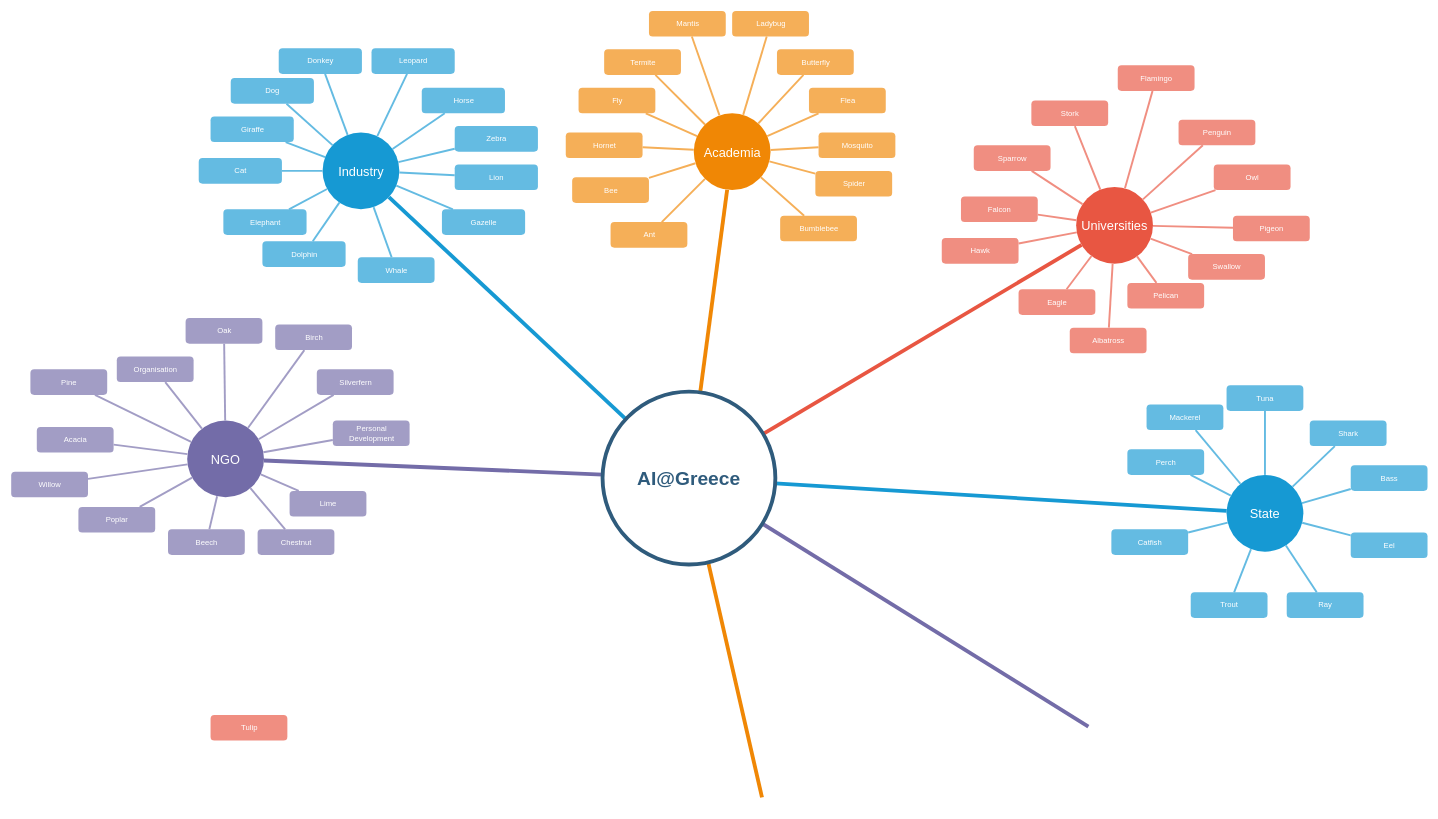
Earlier version of the draw.io diagram Untitled Diagram.drawio (Kostis-S-Z/greek-ai-repo). Source tidied: cells renumbered, new cells numbered last; positions are measured from the earlier drawing's top-left corner, leaving out a move shared by most shapes. Both pictures are drawn from the tidied source at 64%, with x=0, y=0 at pixel (11, 11).
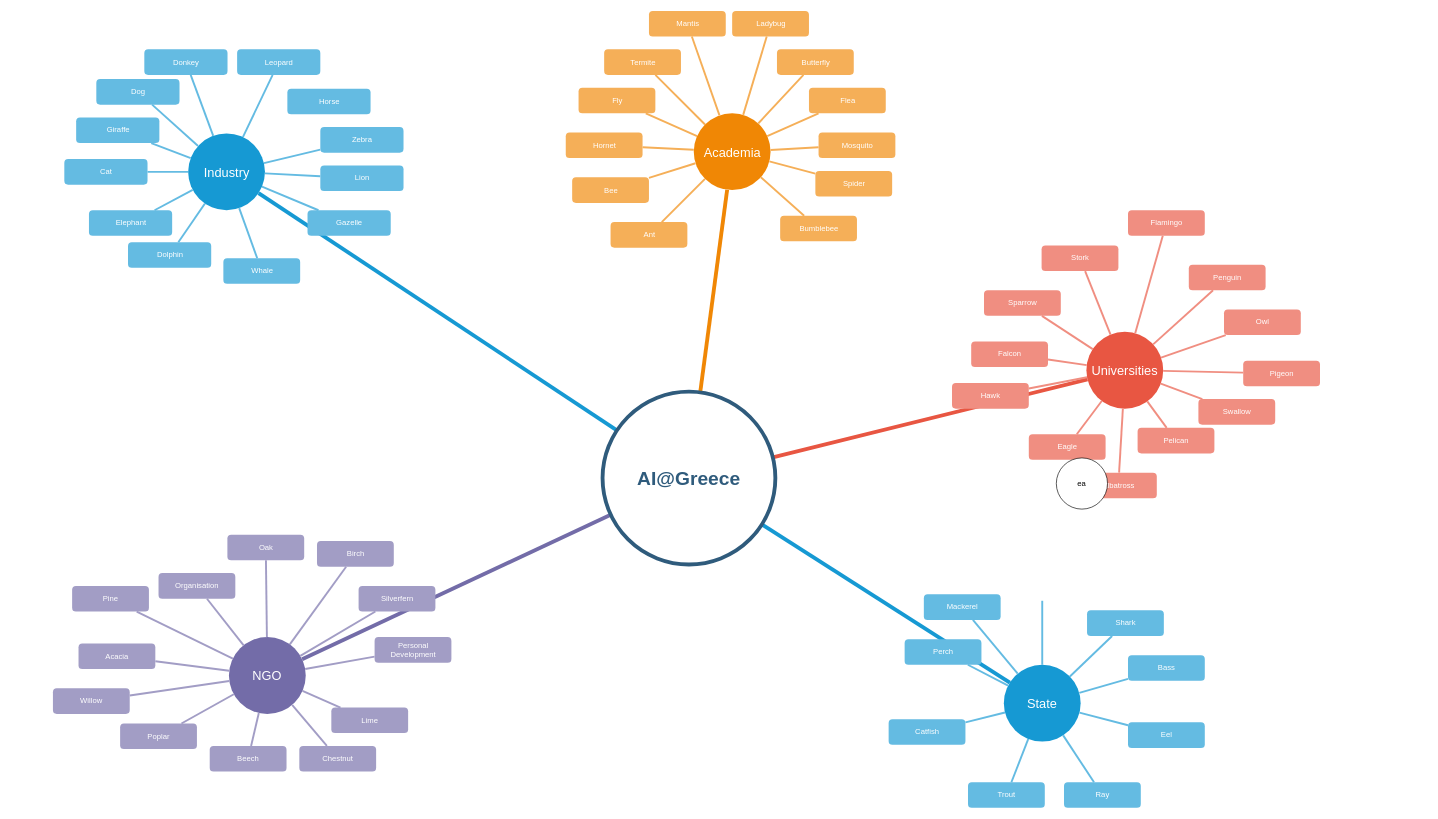
The same diagram, later.

Unchanged cells that the change refers to:
```xml
<mxCell id="104" value="AI@Greece" style="ellipse;whiteSpace=wrap;html=1;shadow=0;fontFamily=Helvetica;fontSize=30;fontColor=#2F5B7C;align=center;strokeColor=#2F5B7C;strokeWidth=6;fillColor=#FFFFFF;fontStyle=1;gradientColor=none;" parent="1" vertex="1">
  <mxGeometry x="924" y="594.5" width="270" height="270" as="geometry" />
</mxCell>
```

Change to the diagram source:
```diff
@@
     <mxCell id="2" value="Industry" style="ellipse;whiteSpace=wrap;html=1;shadow=0;fontFamily=Helvetica;fontSize=20;fontColor=#FFFFFF;align=center;strokeWidth=3;fillColor=#1699D3;strokeColor=none;" parent="1" vertex="1">
-      <mxGeometry x="486.5" y="189.5" width="120" height="120" as="geometry" />
+      <mxGeometry x="276.5" y="191" width="120" height="120" as="geometry" />
     </mxCell>
@@
     <mxCell id="4" value="Universities" style="ellipse;whiteSpace=wrap;html=1;shadow=0;fontFamily=Helvetica;fontSize=20;fontColor=#FFFFFF;align=center;strokeWidth=3;fillColor=#E85642;strokeColor=none;" parent="1" vertex="1">
-      <mxGeometry x="1664" y="274.5" width="120" height="120" as="geometry" />
+      <mxGeometry x="1680" y="501" width="120" height="120" as="geometry" />
     </mxCell>
     <mxCell id="5" value="State" style="ellipse;whiteSpace=wrap;html=1;shadow=0;fontFamily=Helvetica;fontSize=20;fontColor=#FFFFFF;align=center;strokeWidth=3;fillColor=#1699D3;strokeColor=none;" parent="1" vertex="1">
-      <mxGeometry x="1899" y="724.5" width="120" height="120" as="geometry" />
+      <mxGeometry x="1551" y="1021.2" width="120" height="120" as="geometry" />
     </mxCell>
@@
     <mxCell id="7" value="Dolphin" style="rounded=1;fillColor=#64BBE2;strokeColor=none;strokeWidth=3;shadow=0;html=1;fontColor=#FFFFFF;" parent="1" vertex="1">
-      <mxGeometry x="392.5" y="359.5" width="130" height="40" as="geometry" />
+      <mxGeometry x="182.5" y="361" width="130" height="40" as="geometry" />
     </mxCell>
@@
-    <mxCell id="13" style="endArrow=none;strokeWidth=6;strokeColor=#736ca8;html=1;" parent="1" edge="1" source="104">
-      <mxGeometry relative="1" as="geometry">
-        <mxPoint x="1683.1" y="1117.8" as="targetPoint" />
-      </mxGeometry>
-    </mxCell>
-    <mxCell id="14" style="edgeStyle=none;endArrow=none;strokeWidth=6;strokeColor=#F08705;html=1;" parent="1" edge="1" source="104">
-      <mxGeometry x="181" y="226.5" as="geometry">
-        <mxPoint x="1173.1" y="1228.5" as="targetPoint" />
-      </mxGeometry>
-    </mxCell>
     <mxCell id="15" value="Lion" style="rounded=1;fillColor=#64BBE2;strokeColor=none;strokeWidth=3;shadow=0;html=1;fontColor=#FFFFFF;" parent="1" vertex="1">
-      <mxGeometry x="693" y="239.5" width="130" height="40" as="geometry" />
+      <mxGeometry x="483" y="241" width="130" height="40" as="geometry" />
     </mxCell>
     <mxCell id="16" value="Elephant" style="rounded=1;fillColor=#64BBE2;strokeColor=none;strokeWidth=3;shadow=0;html=1;fontColor=#FFFFFF;" parent="1" vertex="1">
-      <mxGeometry x="331.5" y="309.5" width="130" height="40" as="geometry" />
+      <mxGeometry x="121.5" y="311" width="130" height="40" as="geometry" />
     </mxCell>
     <mxCell id="17" value="Cat" style="rounded=1;fillColor=#64BBE2;strokeColor=none;strokeWidth=3;shadow=0;html=1;fontColor=#FFFFFF;" parent="1" vertex="1">
-      <mxGeometry x="293" y="229.5" width="130" height="40" as="geometry" />
+      <mxGeometry x="83" y="231" width="130" height="40" as="geometry" />
     </mxCell>
     <mxCell id="18" value="Giraffe" style="rounded=1;fillColor=#64BBE2;strokeColor=none;strokeWidth=3;shadow=0;html=1;fontColor=#FFFFFF;" parent="1" vertex="1">
-      <mxGeometry x="311.5" y="164.5" width="130" height="40" as="geometry" />
+      <mxGeometry x="101.5" y="166" width="130" height="40" as="geometry" />
     </mxCell>
     <mxCell id="19" value="Dog" style="rounded=1;fillColor=#64BBE2;strokeColor=none;strokeWidth=3;shadow=0;html=1;fontColor=#FFFFFF;" parent="1" vertex="1">
-      <mxGeometry x="343" y="104.5" width="130" height="40" as="geometry" />
+      <mxGeometry x="133" y="106" width="130" height="40" as="geometry" />
     </mxCell>
     <mxCell id="20" value="Donkey" style="rounded=1;fillColor=#64BBE2;strokeColor=none;strokeWidth=3;shadow=0;html=1;fontColor=#FFFFFF;" parent="1" vertex="1">
-      <mxGeometry x="418" y="58" width="130" height="40" as="geometry" />
+      <mxGeometry x="208" y="59.5" width="130" height="40" as="geometry" />
     </mxCell>
     <mxCell id="21" value="Leopard" style="rounded=1;fillColor=#64BBE2;strokeColor=none;strokeWidth=3;shadow=0;html=1;fontColor=#FFFFFF;" parent="1" vertex="1">
-      <mxGeometry x="563" y="58" width="130" height="40" as="geometry" />
+      <mxGeometry x="353" y="59.5" width="130" height="40" as="geometry" />
     </mxCell>
     <mxCell id="22" value="Horse" style="rounded=1;fillColor=#64BBE2;strokeColor=none;strokeWidth=3;shadow=0;html=1;fontColor=#FFFFFF;" parent="1" vertex="1">
-      <mxGeometry x="641.5" y="119.5" width="130" height="40" as="geometry" />
+      <mxGeometry x="431.5" y="121" width="130" height="40" as="geometry" />
     </mxCell>
     <mxCell id="23" value="Zebra" style="rounded=1;fillColor=#64BBE2;strokeColor=none;strokeWidth=3;shadow=0;html=1;fontColor=#FFFFFF;" parent="1" vertex="1">
-      <mxGeometry x="693" y="179.5" width="130" height="40" as="geometry" />
+      <mxGeometry x="483" y="181" width="130" height="40" as="geometry" />
     </mxCell>
     <mxCell id="24" value="Gazelle" style="rounded=1;fillColor=#64BBE2;strokeColor=none;strokeWidth=3;shadow=0;html=1;fontColor=#FFFFFF;" parent="1" vertex="1">
-      <mxGeometry x="673" y="309.5" width="130" height="40" as="geometry" />
+      <mxGeometry x="463" y="311" width="130" height="40" as="geometry" />
     </mxCell>
@@
-    <mxCell id="34" style="edgeStyle=none;endArrow=none;strokeWidth=3;strokeColor=#64BBE2;html=1;" parent="1" edge="1" source="2" target="22">
-      <mxGeometry x="-221.5" y="56.5" as="geometry" />
-    </mxCell>
@@
     <mxCell id="59" value="Eagle" style="rounded=1;fillColor=#f08e81;strokeColor=none;strokeWidth=3;shadow=0;html=1;fontColor=#FFFFFF;" parent="1" vertex="1">
-      <mxGeometry x="1574" y="434.5" width="120" height="40" as="geometry" />
+      <mxGeometry x="1590" y="661" width="120" height="40" as="geometry" />
     </mxCell>
     <mxCell id="60" value="Pigeon" style="rounded=1;fillColor=#f08e81;strokeColor=none;strokeWidth=3;shadow=0;html=1;fontColor=#FFFFFF;" parent="1" vertex="1">
-      <mxGeometry x="1909" y="319.5" width="120" height="40" as="geometry" />
+      <mxGeometry x="1925" y="546" width="120" height="40" as="geometry" />
     </mxCell>
     <mxCell id="61" value="Hawk" style="rounded=1;fillColor=#f08e81;strokeColor=none;strokeWidth=3;shadow=0;html=1;fontColor=#FFFFFF;" parent="1" vertex="1">
-      <mxGeometry x="1454" y="354.5" width="120" height="40" as="geometry" />
+      <mxGeometry x="1470" y="581" width="120" height="40" as="geometry" />
     </mxCell>
     <mxCell id="62" value="Falcon" style="rounded=1;fillColor=#f08e81;strokeColor=none;strokeWidth=3;shadow=0;html=1;fontColor=#FFFFFF;" parent="1" vertex="1">
-      <mxGeometry x="1484" y="289.5" width="120" height="40" as="geometry" />
+      <mxGeometry x="1500" y="516" width="120" height="40" as="geometry" />
     </mxCell>
     <mxCell id="63" value="Sparrow" style="rounded=1;fillColor=#f08e81;strokeColor=none;strokeWidth=3;shadow=0;html=1;fontColor=#FFFFFF;" parent="1" vertex="1">
-      <mxGeometry x="1504" y="209.5" width="120" height="40" as="geometry" />
+      <mxGeometry x="1520" y="436" width="120" height="40" as="geometry" />
     </mxCell>
     <mxCell id="64" value="Stork" style="rounded=1;fillColor=#f08e81;strokeColor=none;strokeWidth=3;shadow=0;html=1;fontColor=#FFFFFF;" parent="1" vertex="1">
-      <mxGeometry x="1594" y="139.5" width="120" height="40" as="geometry" />
+      <mxGeometry x="1610" y="366" width="120" height="40" as="geometry" />
     </mxCell>
     <mxCell id="65" value="Flamingo" style="rounded=1;fillColor=#f08e81;strokeColor=none;strokeWidth=3;shadow=0;html=1;fontColor=#FFFFFF;" parent="1" vertex="1">
-      <mxGeometry x="1729" y="84.5" width="120" height="40" as="geometry" />
+      <mxGeometry x="1745" y="311" width="120" height="40" as="geometry" />
     </mxCell>
     <mxCell id="66" value="Penguin" style="rounded=1;fillColor=#f08e81;strokeColor=none;strokeWidth=3;shadow=0;html=1;fontColor=#FFFFFF;" parent="1" vertex="1">
-      <mxGeometry x="1824" y="169.5" width="120" height="40" as="geometry" />
+      <mxGeometry x="1840" y="396" width="120" height="40" as="geometry" />
     </mxCell>
     <mxCell id="67" value="Owl" style="rounded=1;fillColor=#f08e81;strokeColor=none;strokeWidth=3;shadow=0;html=1;fontColor=#FFFFFF;" parent="1" vertex="1">
-      <mxGeometry x="1879" y="239.5" width="120" height="40" as="geometry" />
+      <mxGeometry x="1895" y="466" width="120" height="40" as="geometry" />
     </mxCell>
     <mxCell id="68" value="Albatross" style="rounded=1;fillColor=#f08e81;strokeColor=none;strokeWidth=3;shadow=0;html=1;fontColor=#FFFFFF;" parent="1" vertex="1">
-      <mxGeometry x="1654" y="494.5" width="120" height="40" as="geometry" />
+      <mxGeometry x="1670" y="721" width="120" height="40" as="geometry" />
     </mxCell>
     <mxCell id="69" value="Pelican" style="rounded=1;fillColor=#f08e81;strokeColor=none;strokeWidth=3;shadow=0;html=1;fontColor=#FFFFFF;" parent="1" vertex="1">
-      <mxGeometry x="1744" y="424.5" width="120" height="40" as="geometry" />
+      <mxGeometry x="1760" y="651" width="120" height="40" as="geometry" />
     </mxCell>
     <mxCell id="70" value="Swallow" style="rounded=1;fillColor=#f08e81;strokeColor=none;strokeWidth=3;shadow=0;html=1;fontColor=#FFFFFF;" parent="1" vertex="1">
-      <mxGeometry x="1839" y="379.5" width="120" height="40" as="geometry" />
+      <mxGeometry x="1855" y="606" width="120" height="40" as="geometry" />
     </mxCell>
@@
     <mxCell id="83" value="Perch" style="rounded=1;fillColor=#64BBE2;strokeColor=none;strokeWidth=3;shadow=0;html=1;fontColor=#FFFFFF;" parent="1" vertex="1">
-      <mxGeometry x="1744" y="684.5" width="120" height="40" as="geometry" />
+      <mxGeometry x="1396" y="981.2" width="120" height="40" as="geometry" />
     </mxCell>
     <mxCell id="84" value="Mackerel" style="rounded=1;fillColor=#64BBE2;strokeColor=none;strokeWidth=3;shadow=0;html=1;fontColor=#FFFFFF;" parent="1" vertex="1">
-      <mxGeometry x="1774" y="614.5" width="120" height="40" as="geometry" />
+      <mxGeometry x="1426" y="911.2" width="120" height="40" as="geometry" />
     </mxCell>
-    <mxCell id="85" value="Tuna" style="rounded=1;fillColor=#64BBE2;strokeColor=none;strokeWidth=3;shadow=0;html=1;fontColor=#FFFFFF;" parent="1" vertex="1">
-      <mxGeometry x="1899" y="584.5" width="120" height="40" as="geometry" />
-    </mxCell>
     <mxCell id="86" value="Shark" style="rounded=1;fillColor=#64BBE2;strokeColor=none;strokeWidth=3;shadow=0;html=1;fontColor=#FFFFFF;" parent="1" vertex="1">
-      <mxGeometry x="2029" y="639.5" width="120" height="40" as="geometry" />
+      <mxGeometry x="1681" y="936.2" width="120" height="40" as="geometry" />
     </mxCell>
     <mxCell id="87" value="Whale" style="rounded=1;fillColor=#64BBE2;strokeColor=none;strokeWidth=3;shadow=0;html=1;fontColor=#FFFFFF;" parent="1" vertex="1">
-      <mxGeometry x="541.5" y="384.5" width="120" height="40" as="geometry" />
+      <mxGeometry x="331.5" y="386" width="120" height="40" as="geometry" />
     </mxCell>
     <mxCell id="88" value="Bass" style="rounded=1;fillColor=#64BBE2;strokeColor=none;strokeWidth=3;shadow=0;html=1;fontColor=#FFFFFF;" parent="1" vertex="1">
-      <mxGeometry x="2093" y="709.5" width="120" height="40" as="geometry" />
+      <mxGeometry x="1745" y="1006.2" width="120" height="40" as="geometry" />
     </mxCell>
     <mxCell id="89" value="Eel" style="rounded=1;fillColor=#64BBE2;strokeColor=none;strokeWidth=3;shadow=0;html=1;fontColor=#FFFFFF;" parent="1" vertex="1">
-      <mxGeometry x="2093" y="814.5" width="120" height="40" as="geometry" />
+      <mxGeometry x="1745" y="1111.2" width="120" height="40" as="geometry" />
     </mxCell>
     <mxCell id="90" value="Ray" style="rounded=1;fillColor=#64BBE2;strokeColor=none;strokeWidth=3;shadow=0;html=1;fontColor=#FFFFFF;" parent="1" vertex="1">
-      <mxGeometry x="1993" y="908" width="120" height="40" as="geometry" />
+      <mxGeometry x="1645" y="1204.8" width="120" height="40" as="geometry" />
     </mxCell>
     <mxCell id="91" value="Trout" style="rounded=1;fillColor=#64BBE2;strokeColor=none;strokeWidth=3;shadow=0;html=1;fontColor=#FFFFFF;" parent="1" vertex="1">
-      <mxGeometry x="1843" y="908" width="120" height="40" as="geometry" />
+      <mxGeometry x="1495" y="1204.8" width="120" height="40" as="geometry" />
     </mxCell>
     <mxCell id="92" value="Catfish" style="rounded=1;fillColor=#64BBE2;strokeColor=none;strokeWidth=3;shadow=0;html=1;fontColor=#FFFFFF;" parent="1" vertex="1">
-      <mxGeometry x="1719" y="809.5" width="120" height="40" as="geometry" />
+      <mxGeometry x="1371" y="1106.2" width="120" height="40" as="geometry" />
     </mxCell>
@@
-    <mxCell id="95" style="edgeStyle=none;endArrow=none;strokeWidth=3;strokeColor=#64BBE2;html=1;" parent="1" edge="1" source="5" target="85">
-      <mxGeometry x="-24" y="196.5" as="geometry" />
+    <mxCell id="95" style="edgeStyle=none;endArrow=none;strokeWidth=3;strokeColor=#64BBE2;html=1;" parent="1" edge="1" source="5">
+      <mxGeometry x="-24" y="196.5" as="geometry">
+        <mxPoint x="1611" y="921.2" as="targetPoint" />
+      </mxGeometry>
     </mxCell>
@@
-    <mxCell id="102" value="Tulip" style="rounded=1;fillColor=#f08e81;strokeColor=none;strokeWidth=3;shadow=0;html=1;fontColor=#FFFFFF;" parent="1" vertex="1">
-      <mxGeometry x="311.5" y="1099.5" width="120" height="40" as="geometry" />
-    </mxCell>
@@
     <mxCell id="105" value="NGO" style="ellipse;whiteSpace=wrap;html=1;shadow=0;fontFamily=Helvetica;fontSize=20;fontColor=#FFFFFF;align=center;strokeWidth=3;fillColor=#736ca8;strokeColor=none;" parent="1" vertex="1">
-      <mxGeometry x="275" y="639.5" width="120" height="120" as="geometry" />
+      <mxGeometry x="340.2" y="978" width="120" height="120" as="geometry" />
     </mxCell>
     <mxCell id="106" value="Organisation" style="rounded=1;fillColor=#a29dc5;strokeColor=none;strokeWidth=3;shadow=0;html=1;fontColor=#FFFFFF;" parent="1" vertex="1">
-      <mxGeometry x="165" y="539.5" width="120" height="40" as="geometry" />
+      <mxGeometry x="230.2" y="878" width="120" height="40" as="geometry" />
     </mxCell>
     <mxCell id="107" value="Oak" style="rounded=1;fillColor=#a29dc5;strokeColor=none;strokeWidth=3;shadow=0;html=1;fontColor=#FFFFFF;" parent="1" vertex="1">
-      <mxGeometry x="272.5" y="479.5" width="120" height="40" as="geometry" />
+      <mxGeometry x="337.8" y="818" width="120" height="40" as="geometry" />
     </mxCell>
     <mxCell id="108" value="Birch" style="rounded=1;fillColor=#a29dc5;strokeColor=none;strokeWidth=3;shadow=0;html=1;fontColor=#FFFFFF;" parent="1" vertex="1">
-      <mxGeometry x="412.5" y="489.5" width="120" height="40" as="geometry" />
+      <mxGeometry x="477.8" y="828" width="120" height="40" as="geometry" />
     </mxCell>
     <mxCell id="109" value="Silverfern" style="rounded=1;fillColor=#a29dc5;strokeColor=none;strokeWidth=3;shadow=0;html=1;fontColor=#FFFFFF;" parent="1" vertex="1">
-      <mxGeometry x="477.5" y="559.5" width="120" height="40" as="geometry" />
+      <mxGeometry x="542.8" y="898" width="120" height="40" as="geometry" />
     </mxCell>
     <mxCell id="110" value="Personal &#10;Development" style="rounded=1;fillColor=#a29dc5;strokeColor=none;strokeWidth=3;shadow=0;html=1;fontColor=#FFFFFF;" parent="1" vertex="1">
-      <mxGeometry x="502.5" y="639.5" width="120" height="40" as="geometry" />
+      <mxGeometry x="567.8" y="978" width="120" height="40" as="geometry" />
     </mxCell>
     <mxCell id="111" value="Pine" style="rounded=1;fillColor=#a29dc5;strokeColor=none;strokeWidth=3;shadow=0;html=1;fontColor=#FFFFFF;" parent="1" vertex="1">
-      <mxGeometry x="30" y="559.5" width="120" height="40" as="geometry" />
+      <mxGeometry x="95.2" y="898" width="120" height="40" as="geometry" />
     </mxCell>
     <mxCell id="112" value="Lime" style="rounded=1;fillColor=#a29dc5;strokeColor=none;strokeWidth=3;shadow=0;html=1;fontColor=#FFFFFF;" parent="1" vertex="1">
-      <mxGeometry x="435" y="749.5" width="120" height="40" as="geometry" />
+      <mxGeometry x="500.2" y="1088" width="120" height="40" as="geometry" />
     </mxCell>
     <mxCell id="113" value="Chestnut" style="rounded=1;fillColor=#a29dc5;strokeColor=none;strokeWidth=3;shadow=0;html=1;fontColor=#FFFFFF;" parent="1" vertex="1">
-      <mxGeometry x="385" y="809.5" width="120" height="40" as="geometry" />
+      <mxGeometry x="450.2" y="1148" width="120" height="40" as="geometry" />
     </mxCell>
     <mxCell id="114" value="Beech" style="rounded=1;fillColor=#a29dc5;strokeColor=none;strokeWidth=3;shadow=0;html=1;fontColor=#FFFFFF;" parent="1" vertex="1">
-      <mxGeometry x="245" y="809.5" width="120" height="40" as="geometry" />
+      <mxGeometry x="310.2" y="1148" width="120" height="40" as="geometry" />
     </mxCell>
     <mxCell id="115" value="Poplar" style="rounded=1;fillColor=#a29dc5;strokeColor=none;strokeWidth=3;shadow=0;html=1;fontColor=#FFFFFF;" parent="1" vertex="1">
-      <mxGeometry x="105" y="774.5" width="120" height="40" as="geometry" />
+      <mxGeometry x="170.2" y="1113" width="120" height="40" as="geometry" />
     </mxCell>
     <mxCell id="116" value="Willow" style="rounded=1;fillColor=#a29dc5;strokeColor=none;strokeWidth=3;shadow=0;html=1;fontColor=#FFFFFF;" parent="1" vertex="1">
-      <mxGeometry y="719.5" width="120" height="40" as="geometry" />
+      <mxGeometry x="65.2" y="1058" width="120" height="40" as="geometry" />
     </mxCell>
@@
     <mxCell id="118" value="Acacia" style="rounded=1;fillColor=#a29dc5;strokeColor=none;strokeWidth=3;shadow=0;html=1;fontColor=#FFFFFF;" parent="1" vertex="1">
-      <mxGeometry x="40" y="649.5" width="120" height="40" as="geometry" />
+      <mxGeometry x="105.2" y="988" width="120" height="40" as="geometry" />
     </mxCell>
@@
+    <mxCell id="132" value="ea" style="ellipse;whiteSpace=wrap;html=1;" parent="1" vertex="1">
+      <mxGeometry x="1633" y="698" width="80" height="80" as="geometry" />
+    </mxCell>
```
